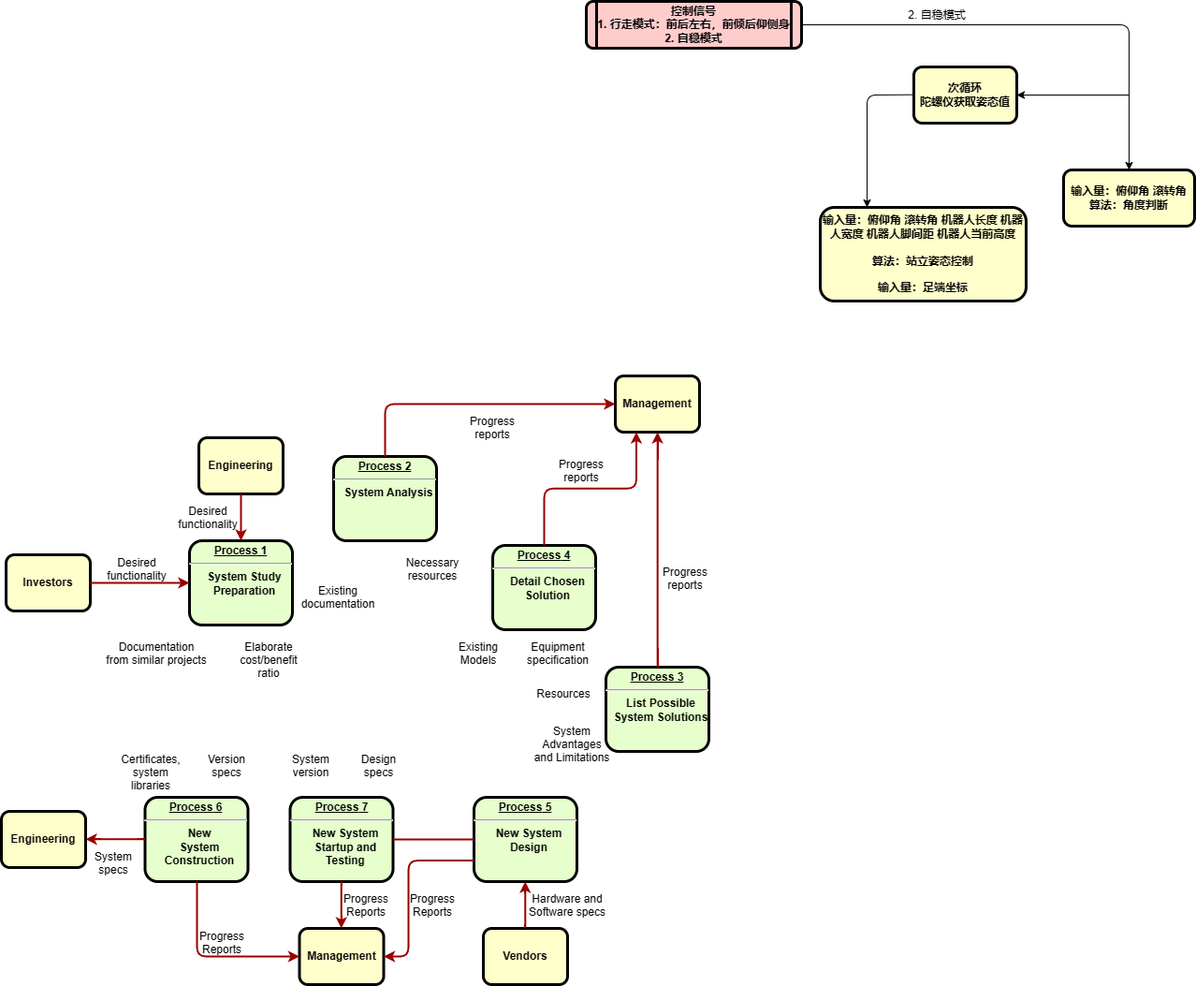
This is 机器人总体流程.drawio.png from KAZAMA-DREAM/picture, a draw.io export, as it was before one commit. Source tidied: cells renumbered, new cells last; positions are measured from the earlier drawing's top-left corner, leaving out a move shared by most shapes.
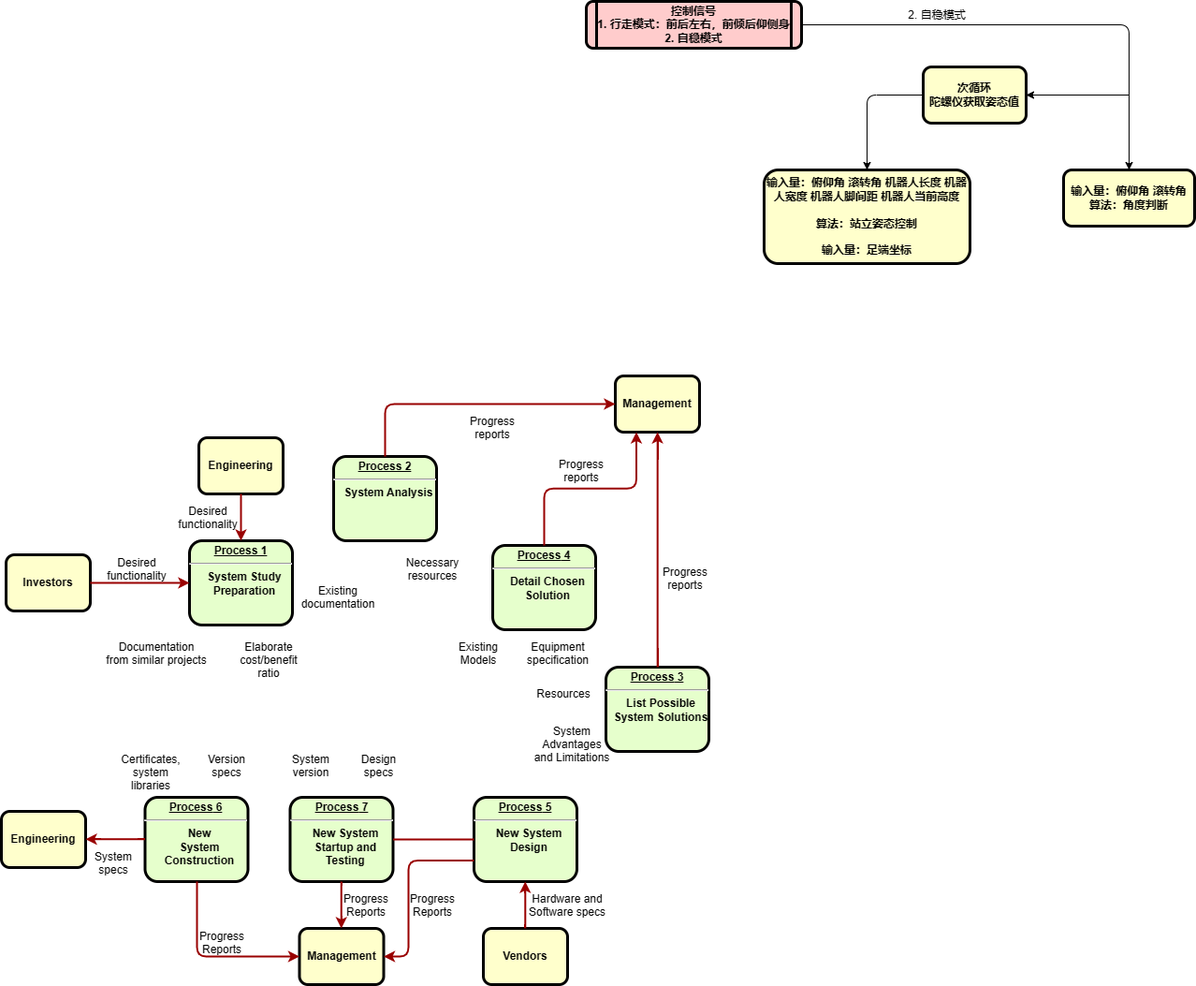
Later version of the same file.

Commit message:
更新机器人总体流程.drawio.png

What changed in the source:
```diff
@@ -11,10 +11,8 @@
     <mxCell id="4" value="Investors" style="whiteSpace=wrap;align=center;verticalAlign=middle;fontStyle=1;strokeWidth=3;fillColor=#FFFFCC;rounded=1;" parent="1" vertex="1">
       <mxGeometry x="5" y="591" width="90" height="60" as="geometry" />
     </mxCell>
-    <mxCell id="5" style="edgeStyle=orthogonalEdgeStyle;rounded=1;jettySize=auto;html=1;" parent="1" edge="1" source="6">
-      <mxGeometry relative="1" as="geometry">
-        <mxPoint x="1205" y="180" as="targetPoint" />
-      </mxGeometry>
+    <mxCell id="5" style="edgeStyle=orthogonalEdgeStyle;rounded=1;jettySize=auto;html=1;entryX=0.5;entryY=0;entryDx=0;entryDy=0;" parent="1" edge="1" source="6" target="51">
+      <mxGeometry relative="1" as="geometry" />
     </mxCell>
     <mxCell id="6" value="控制信号&#10;1. 行走模式：前后左右，前倾后仰侧身&#10;2. 自稳模式" style="shape=process;whiteSpace=wrap;align=center;verticalAlign=middle;size=0.0475;fontStyle=1;strokeWidth=3;fillColor=#FFCCCC;rounded=1;" parent="1" vertex="1">
       <mxGeometry x="625" width="230" height="50" as="geometry" />
@@ -166,26 +164,23 @@
     <mxCell id="51" value="输入量：俯仰角 滚转角&#10;算法：角度判断" style="whiteSpace=wrap;align=center;verticalAlign=middle;fontStyle=1;strokeWidth=3;fillColor=#FFFFCC;rounded=1;" parent="1" vertex="1">
       <mxGeometry x="1135" y="180" width="140" height="60" as="geometry" />
     </mxCell>
-    <mxCell id="52" style="endArrow=classic;html=1;rounded=1;" parent="1" edge="1">
+    <mxCell id="52" style="endArrow=classic;html=1;rounded=1;entryX=1;entryY=0.5;entryDx=0;entryDy=0;" parent="1" edge="1" target="53">
       <mxGeometry relative="1" as="geometry">
         <mxPoint x="1205" y="100" as="sourcePoint" />
-        <mxPoint x="1085" y="100" as="targetPoint" />
       </mxGeometry>
     </mxCell>
     <mxCell id="53" value="次循环&#10;陀螺仪获取姿态值" style="whiteSpace=wrap;align=center;verticalAlign=middle;fontStyle=1;strokeWidth=3;fillColor=#FFFFCC;rounded=1;" parent="1" vertex="1">
-      <mxGeometry x="975" y="70" width="110" height="60" as="geometry" />
+      <mxGeometry x="985" y="70" width="110" height="60" as="geometry" />
     </mxCell>
-    <mxCell id="54" style="endArrow=classic;html=1;rounded=1;" parent="1" edge="1">
+    <mxCell id="54" style="endArrow=classic;html=1;rounded=1;entryX=0.5;entryY=0;entryDx=0;entryDy=0;exitX=0;exitY=0.5;exitDx=0;exitDy=0;" parent="1" edge="1" source="53" target="55">
       <mxGeometry relative="1" as="geometry">
-        <mxPoint x="975" y="99.7" as="sourcePoint" />
-        <mxPoint x="925" y="220" as="targetPoint" />
         <Array as="points">
           <mxPoint x="925" y="100" />
         </Array>
       </mxGeometry>
     </mxCell>
     <mxCell id="55" value="输入量：俯仰角 滚转角 机器人长度 机器人宽度 机器人脚间距 机器人当前高度&#10;&#10;算法：站立姿态控制&#10;&#10;输入量：足端坐标" style="whiteSpace=wrap;align=center;verticalAlign=middle;fontStyle=1;strokeWidth=3;fillColor=#FFFFCC;rounded=1;" parent="1" vertex="1">
-      <mxGeometry x="875" y="220" width="220" height="100" as="geometry" />
+      <mxGeometry x="815" y="180" width="220" height="100" as="geometry" />
     </mxCell>
   </root>
 </mxGraphModel>
```
